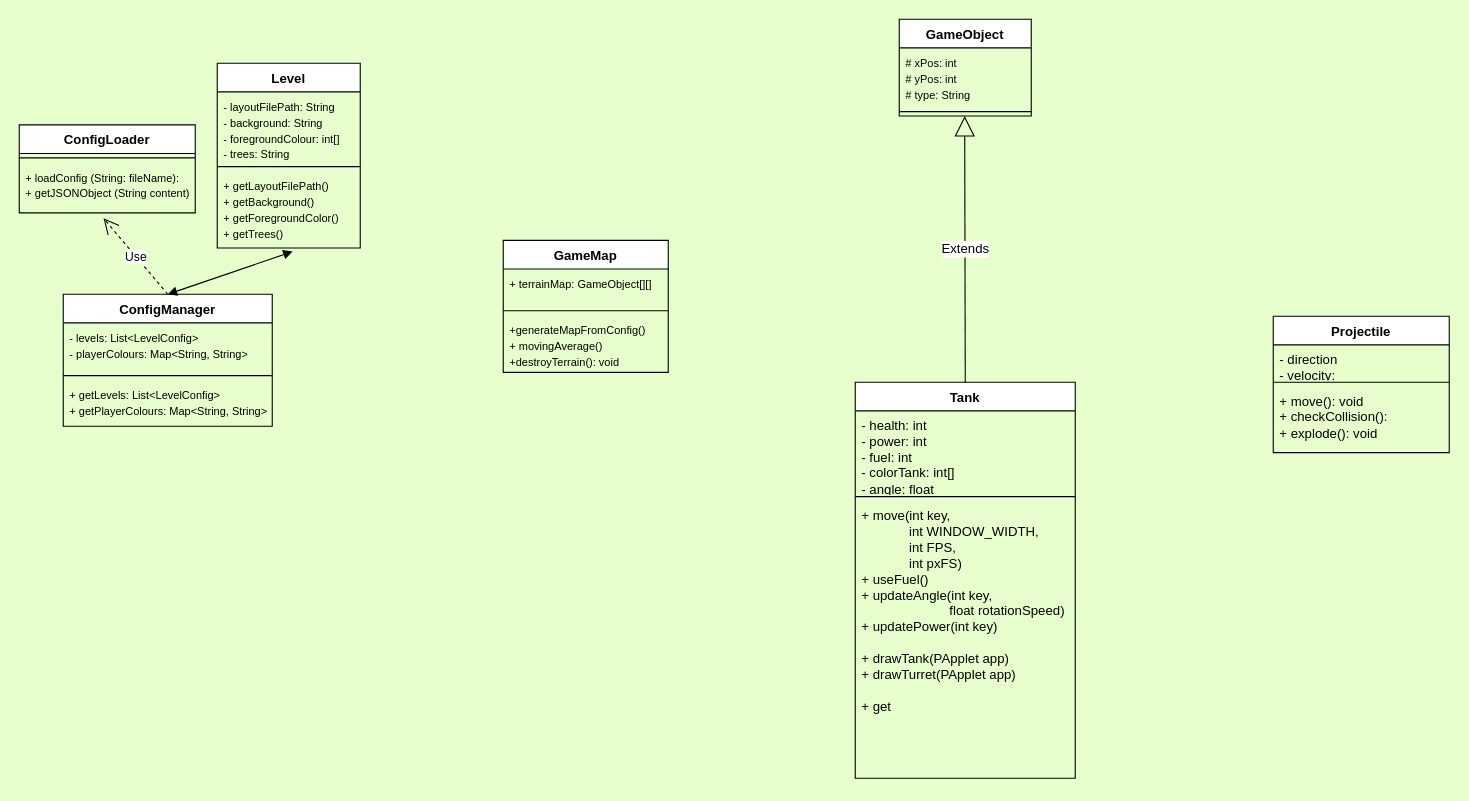
NguyenChHieu/Tanks keeps this draw.io diagram as Tanks Layout.drawio. Above is the earlier version. Source tidied: cells renumbered, new cells numbered last; positions are measured from the earlier drawing's top-left corner, leaving out a move shared by most shapes. Both pictures are drawn from the tidied source at 110%, with x=0, y=0 at pixel (19, 19).
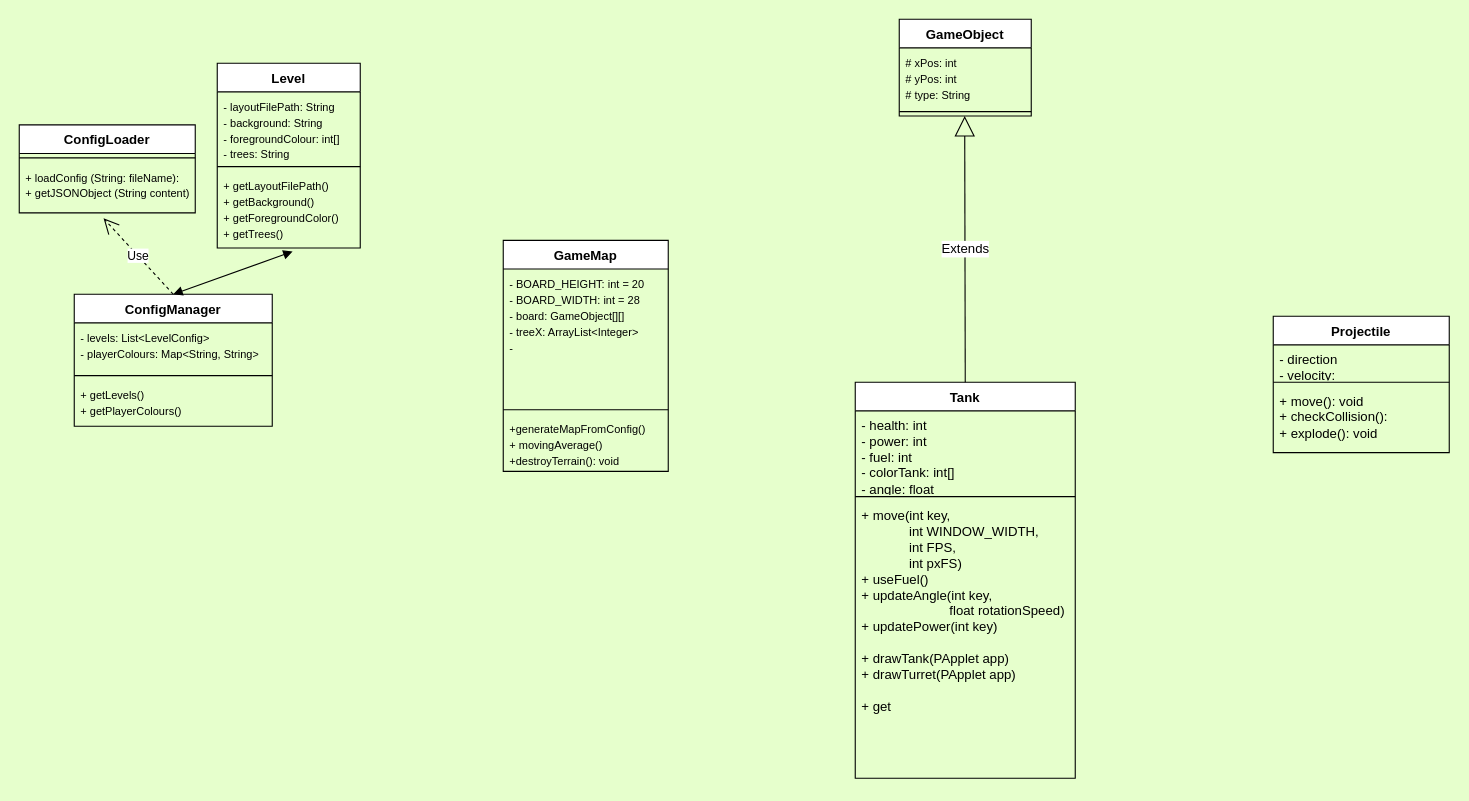
Above is the later version.

Change to the diagram source:
```diff
@@
     <mxCell id="6" value="ConfigManager" style="swimlane;fontStyle=1;align=center;verticalAlign=top;horizontal=1;startSize=26;whiteSpace=wrap;html=1;" parent="1" vertex="1">
-      <mxGeometry x="40" y="250" width="190" height="120" as="geometry" />
+      <mxGeometry x="50" y="250" width="180" height="120" as="geometry" />
     </mxCell>
     <mxCell id="7" value="&lt;font style=&quot;font-size: 10px;&quot;&gt;- levels: List&amp;lt;LevelConfig&amp;gt;&lt;/font&gt;&lt;div&gt;&lt;font style=&quot;font-size: 10px;&quot;&gt;- playerColours: Map&amp;lt;String, String&amp;gt;&lt;/font&gt;&lt;/div&gt;" style="text;strokeColor=none;fillColor=none;align=left;verticalAlign=top;spacingLeft=4;spacingRight=4;overflow=hidden;whiteSpace=wrap;html=1;" parent="6" vertex="1">
-      <mxGeometry y="26" width="190" height="44" as="geometry" />
+      <mxGeometry y="26" width="180" height="44" as="geometry" />
     </mxCell>
     <mxCell id="8" style="line;strokeWidth=1;fillColor=none;align=left;verticalAlign=middle;spacingTop=-1;spacingLeft=3;spacingRight=3;labelPosition=right;strokeColor=inherit;" parent="6" vertex="1">
-      <mxGeometry y="70" width="190" height="8" as="geometry" />
+      <mxGeometry y="70" width="180" height="8" as="geometry" />
     </mxCell>
-    <mxCell id="9" value="&lt;font style=&quot;font-size: 10px;&quot;&gt;+ getLevels: List&amp;lt;LevelConfig&amp;gt;&lt;/font&gt;&lt;div&gt;&lt;font style=&quot;font-size: 10px;&quot;&gt;+ getPlayerColours: Map&amp;lt;String, String&amp;gt;&lt;/font&gt;&lt;/div&gt;" style="text;strokeColor=none;fillColor=none;align=left;verticalAlign=top;spacingLeft=4;spacingRight=4;overflow=hidden;whiteSpace=wrap;html=1;" parent="6" vertex="1">
-      <mxGeometry y="78" width="190" height="42" as="geometry" />
+    <mxCell id="9" value="&lt;font style=&quot;font-size: 10px;&quot;&gt;+ getLevels()&lt;/font&gt;&lt;div&gt;&lt;font style=&quot;font-size: 10px;&quot;&gt;+ getPlayerColours()&lt;/font&gt;&lt;/div&gt;" style="text;strokeColor=none;fillColor=none;align=left;verticalAlign=top;spacingLeft=4;spacingRight=4;overflow=hidden;whiteSpace=wrap;html=1;" parent="6" vertex="1">
+      <mxGeometry y="78" width="180" height="42" as="geometry" />
     </mxCell>
@@
     <mxCell id="18" value="GameMap" style="swimlane;fontStyle=1;align=center;verticalAlign=top;horizontal=1;startSize=26;whiteSpace=wrap;html=1;" parent="1" vertex="1">
-      <mxGeometry x="440" y="201" width="150" height="120" as="geometry" />
+      <mxGeometry x="440" y="201" width="150" height="210" as="geometry" />
     </mxCell>
-    <mxCell id="19" value="&lt;font style=&quot;font-size: 10px;&quot;&gt;+ terrainMap: GameObject[][]&lt;/font&gt;" style="text;strokeColor=none;fillColor=none;align=left;verticalAlign=top;spacingLeft=4;spacingRight=4;overflow=hidden;whiteSpace=wrap;html=1;" parent="18" vertex="1">
-      <mxGeometry y="26" width="150" height="34" as="geometry" />
+    <mxCell id="19" value="&lt;div&gt;&lt;font style=&quot;font-size: 10px;&quot;&gt;- BOARD_HEIGHT: int = 20&lt;/font&gt;&lt;/div&gt;&lt;div&gt;&lt;font style=&quot;font-size: 10px;&quot;&gt;- BOARD_WIDTH: int = 28&lt;/font&gt;&lt;/div&gt;&lt;font style=&quot;font-size: 10px;&quot;&gt;- board: GameObject[][]&lt;/font&gt;&lt;div&gt;&lt;font style=&quot;font-size: 10px;&quot;&gt;- treeX: ArrayList&amp;lt;Integer&amp;gt;&lt;/font&gt;&lt;/div&gt;&lt;div&gt;&lt;font style=&quot;font-size: 10px;&quot;&gt;-&amp;nbsp;&lt;/font&gt;&lt;/div&gt;" style="text;strokeColor=none;fillColor=none;align=left;verticalAlign=top;spacingLeft=4;spacingRight=4;overflow=hidden;whiteSpace=wrap;html=1;" parent="18" vertex="1">
+      <mxGeometry y="26" width="150" height="124" as="geometry" />
     </mxCell>
     <mxCell id="20" style="line;strokeWidth=1;fillColor=none;align=left;verticalAlign=middle;spacingTop=-1;spacingLeft=3;spacingRight=3;labelPosition=right;strokeColor=inherit;" parent="18" vertex="1">
-      <mxGeometry y="60" width="150" height="8" as="geometry" />
+      <mxGeometry y="150" width="150" height="8" as="geometry" />
     </mxCell>
     <mxCell id="21" value="&lt;font style=&quot;font-size: 10px;&quot;&gt;+generateMapFromConfig&lt;/font&gt;&lt;span style=&quot;font-size: 10px; background-color: initial;&quot;&gt;()&lt;/span&gt;&lt;div&gt;&lt;div&gt;&lt;font style=&quot;font-size: 10px;&quot;&gt;+ movingAverage()&lt;/font&gt;&lt;div&gt;&lt;font style=&quot;font-size: 10px;&quot;&gt;+destroyTerrain(): void&lt;/font&gt;&lt;/div&gt;&lt;/div&gt;&lt;/div&gt;" style="text;strokeColor=none;fillColor=none;align=left;verticalAlign=top;spacingLeft=4;spacingRight=4;overflow=hidden;whiteSpace=wrap;html=1;" parent="18" vertex="1">
-      <mxGeometry y="68" width="150" height="52" as="geometry" />
+      <mxGeometry y="158" width="150" height="52" as="geometry" />
     </mxCell>
```
